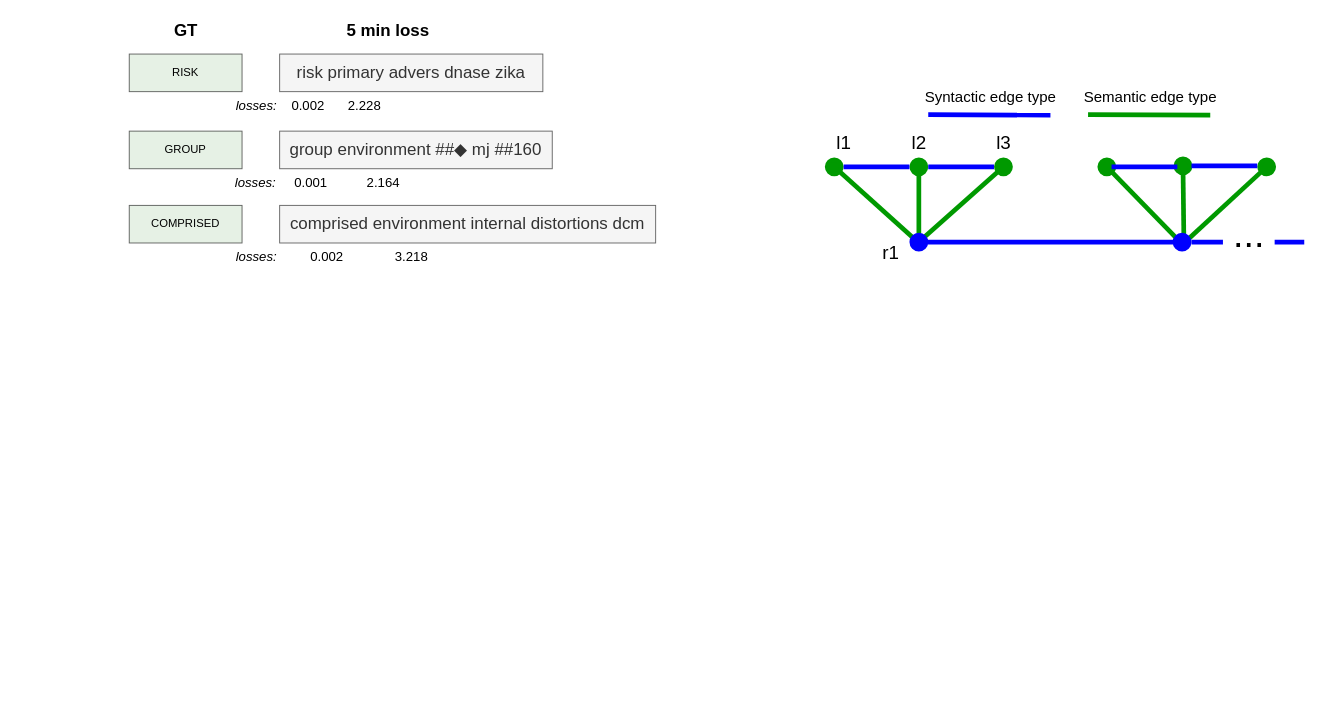
The draw.io diagram page "Page-2" (2 of 2) of presentations/Untitled Diagram.drawio in across-stars/draw.io, before the edit. Source tidied: cells renumbered, new cells numbered last; positions are measured from the earlier drawing's top-left corner, leaving out a move shared by most shapes. Both pictures are drawn from the tidied source at 94%, with x=0, y=0 at pixel (129, 16).
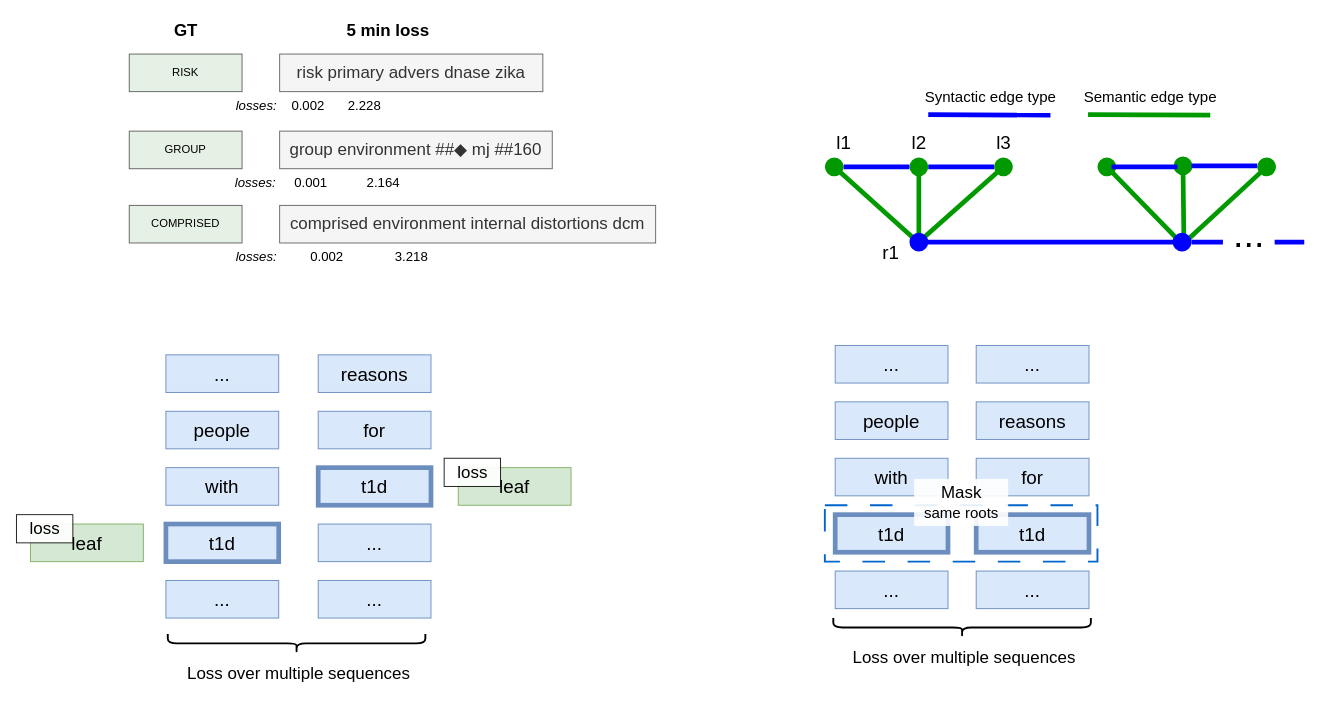
The same page after the edit.

What changed in the source:
```diff
@@
+    <mxCell id="40" value="&lt;font style=&quot;font-size: 20px;&quot;&gt;...&lt;/font&gt;" style="rounded=0;whiteSpace=wrap;html=1;fontFamily=Helvetica;fontSize=11;labelBackgroundColor=none;fillColor=#dae8fc;strokeColor=#6c8ebf;" parent="1" vertex="1">
+      <mxGeometry x="39" y="600" width="120" height="40" as="geometry" />
+    </mxCell>
+    <mxCell id="41" value="&lt;font style=&quot;font-size: 20px;&quot;&gt;people&lt;/font&gt;" style="rounded=0;whiteSpace=wrap;html=1;fontFamily=Helvetica;fontSize=11;labelBackgroundColor=none;fillColor=#dae8fc;strokeColor=#6c8ebf;" parent="1" vertex="1">
+      <mxGeometry x="39" y="420" width="120" height="40" as="geometry" />
+    </mxCell>
+    <mxCell id="42" value="&lt;font style=&quot;font-size: 20px;&quot;&gt;with&lt;/font&gt;" style="rounded=0;whiteSpace=wrap;html=1;fontFamily=Helvetica;fontSize=11;labelBackgroundColor=none;fillColor=#dae8fc;strokeColor=#6c8ebf;" parent="1" vertex="1">
+      <mxGeometry x="39" y="480" width="120" height="40" as="geometry" />
+    </mxCell>
+    <mxCell id="43" value="&lt;font style=&quot;font-size: 20px;&quot;&gt;t1d&lt;/font&gt;" style="rounded=0;whiteSpace=wrap;html=1;fontFamily=Helvetica;fontSize=11;labelBackgroundColor=none;fillColor=#dae8fc;strokeColor=#6c8ebf;strokeWidth=5;" parent="1" vertex="1">
+      <mxGeometry x="39" y="540" width="120" height="40" as="geometry" />
+    </mxCell>
+    <mxCell id="44" value="&lt;font style=&quot;font-size: 20px;&quot;&gt;...&lt;/font&gt;" style="rounded=0;whiteSpace=wrap;html=1;fontFamily=Helvetica;fontSize=11;labelBackgroundColor=none;fillColor=#dae8fc;strokeColor=#6c8ebf;" parent="1" vertex="1">
+      <mxGeometry x="39" y="360" width="120" height="40" as="geometry" />
+    </mxCell>
+    <mxCell id="45" value="&lt;font style=&quot;font-size: 20px;&quot;&gt;...&lt;/font&gt;" style="rounded=0;whiteSpace=wrap;html=1;fontFamily=Helvetica;fontSize=11;labelBackgroundColor=none;fillColor=#dae8fc;strokeColor=#6c8ebf;" parent="1" vertex="1">
+      <mxGeometry x="201" y="600" width="120" height="40" as="geometry" />
+    </mxCell>
+    <mxCell id="46" value="&lt;font style=&quot;font-size: 20px;&quot;&gt;reasons&lt;/font&gt;" style="rounded=0;whiteSpace=wrap;html=1;fontFamily=Helvetica;fontSize=11;labelBackgroundColor=none;fillColor=#dae8fc;strokeColor=#6c8ebf;" parent="1" vertex="1">
+      <mxGeometry x="201" y="360" width="120" height="40" as="geometry" />
+    </mxCell>
+    <mxCell id="47" value="&lt;font style=&quot;font-size: 20px;&quot;&gt;for&lt;/font&gt;" style="rounded=0;whiteSpace=wrap;html=1;fontFamily=Helvetica;fontSize=11;labelBackgroundColor=none;fillColor=#dae8fc;strokeColor=#6c8ebf;" parent="1" vertex="1">
+      <mxGeometry x="201" y="420" width="120" height="40" as="geometry" />
+    </mxCell>
+    <mxCell id="48" value="&lt;font style=&quot;font-size: 20px;&quot;&gt;t1d&lt;/font&gt;" style="rounded=0;whiteSpace=wrap;html=1;fontFamily=Helvetica;fontSize=11;labelBackgroundColor=none;fillColor=#dae8fc;strokeColor=#6c8ebf;strokeWidth=5;" parent="1" vertex="1">
+      <mxGeometry x="201" y="480" width="120" height="40" as="geometry" />
+    </mxCell>
+    <mxCell id="49" value="&lt;font style=&quot;font-size: 20px;&quot;&gt;...&lt;/font&gt;" style="rounded=0;whiteSpace=wrap;html=1;fontFamily=Helvetica;fontSize=11;labelBackgroundColor=none;fillColor=#dae8fc;strokeColor=#6c8ebf;" parent="1" vertex="1">
+      <mxGeometry x="201" y="540" width="120" height="40" as="geometry" />
+    </mxCell>
+    <mxCell id="50" style="shape=curlyBracket;whiteSpace=wrap;html=1;rounded=1;flipH=1;labelPosition=right;verticalLabelPosition=middle;align=left;verticalAlign=middle;rotation=90;strokeWidth=2;" parent="1" vertex="1">
+      <mxGeometry x="168" y="530" width="20" height="274" as="geometry" />
+    </mxCell>
+    <mxCell id="51" value="&lt;font style=&quot;font-size: 18px;&quot;&gt;Loss over multiple sequences&lt;/font&gt;" style="text;html=1;align=center;verticalAlign=middle;strokeColor=none;fillColor=none;" parent="1" vertex="1">
+      <mxGeometry x="50" y="684" width="260" height="30" as="geometry" />
+    </mxCell>
+    <mxCell id="52" value="&lt;font style=&quot;font-size: 20px;&quot;&gt;...&lt;/font&gt;" style="rounded=0;whiteSpace=wrap;html=1;fontFamily=Helvetica;fontSize=11;labelBackgroundColor=none;fillColor=#dae8fc;strokeColor=#6c8ebf;" parent="1" vertex="1">
+      <mxGeometry x="751" y="590" width="120" height="40" as="geometry" />
+    </mxCell>
+    <mxCell id="53" value="&lt;font style=&quot;font-size: 20px;&quot;&gt;people&lt;/font&gt;" style="rounded=0;whiteSpace=wrap;html=1;fontFamily=Helvetica;fontSize=11;labelBackgroundColor=none;fillColor=#dae8fc;strokeColor=#6c8ebf;" parent="1" vertex="1">
+      <mxGeometry x="751" y="410" width="120" height="40" as="geometry" />
+    </mxCell>
+    <mxCell id="54" value="&lt;font style=&quot;font-size: 20px;&quot;&gt;with&lt;/font&gt;" style="rounded=0;whiteSpace=wrap;html=1;fontFamily=Helvetica;fontSize=11;labelBackgroundColor=none;fillColor=#dae8fc;strokeColor=#6c8ebf;" parent="1" vertex="1">
+      <mxGeometry x="751" y="470" width="120" height="40" as="geometry" />
+    </mxCell>
+    <mxCell id="55" value="&lt;font style=&quot;font-size: 20px;&quot;&gt;t1d&lt;/font&gt;" style="rounded=0;whiteSpace=wrap;html=1;fontFamily=Helvetica;fontSize=11;labelBackgroundColor=none;fillColor=#dae8fc;strokeColor=#6c8ebf;strokeWidth=5;" parent="1" vertex="1">
+      <mxGeometry x="751" y="530" width="120" height="40" as="geometry" />
+    </mxCell>
+    <mxCell id="56" value="&lt;font style=&quot;font-size: 20px;&quot;&gt;...&lt;/font&gt;" style="rounded=0;whiteSpace=wrap;html=1;fontFamily=Helvetica;fontSize=11;labelBackgroundColor=none;fillColor=#dae8fc;strokeColor=#6c8ebf;" parent="1" vertex="1">
+      <mxGeometry x="751" y="350" width="120" height="40" as="geometry" />
+    </mxCell>
+    <mxCell id="57" value="&lt;font style=&quot;font-size: 20px;&quot;&gt;...&lt;/font&gt;" style="rounded=0;whiteSpace=wrap;html=1;fontFamily=Helvetica;fontSize=11;labelBackgroundColor=none;fillColor=#dae8fc;strokeColor=#6c8ebf;" parent="1" vertex="1">
+      <mxGeometry x="901" y="590" width="120" height="40" as="geometry" />
+    </mxCell>
+    <mxCell id="58" value="&lt;font style=&quot;font-size: 20px;&quot;&gt;reasons&lt;/font&gt;" style="rounded=0;whiteSpace=wrap;html=1;fontFamily=Helvetica;fontSize=11;labelBackgroundColor=none;fillColor=#dae8fc;strokeColor=#6c8ebf;" parent="1" vertex="1">
+      <mxGeometry x="901" y="410" width="120" height="40" as="geometry" />
+    </mxCell>
+    <mxCell id="59" value="&lt;font style=&quot;font-size: 20px;&quot;&gt;for&lt;/font&gt;" style="rounded=0;whiteSpace=wrap;html=1;fontFamily=Helvetica;fontSize=11;labelBackgroundColor=none;fillColor=#dae8fc;strokeColor=#6c8ebf;" parent="1" vertex="1">
+      <mxGeometry x="901" y="470" width="120" height="40" as="geometry" />
+    </mxCell>
+    <mxCell id="60" value="&lt;font style=&quot;font-size: 20px;&quot;&gt;t1d&lt;/font&gt;" style="rounded=0;whiteSpace=wrap;html=1;fontFamily=Helvetica;fontSize=11;labelBackgroundColor=none;fillColor=#dae8fc;strokeColor=#6c8ebf;strokeWidth=5;" parent="1" vertex="1">
+      <mxGeometry x="901" y="530" width="120" height="40" as="geometry" />
+    </mxCell>
+    <mxCell id="61" value="&lt;font style=&quot;font-size: 20px;&quot;&gt;...&lt;/font&gt;" style="rounded=0;whiteSpace=wrap;html=1;fontFamily=Helvetica;fontSize=11;labelBackgroundColor=none;fillColor=#dae8fc;strokeColor=#6c8ebf;" parent="1" vertex="1">
+      <mxGeometry x="901" y="350" width="120" height="40" as="geometry" />
+    </mxCell>
+    <mxCell id="62" style="rounded=0;whiteSpace=wrap;html=1;fillColor=none;strokeWidth=2;dashed=1;dashPattern=12 12;strokeColor=#0066CC;" parent="1" vertex="1">
+      <mxGeometry x="740" y="520" width="290" height="60" as="geometry" />
+    </mxCell>
+    <mxCell id="63" style="shape=curlyBracket;whiteSpace=wrap;html=1;rounded=1;flipH=1;labelPosition=right;verticalLabelPosition=middle;align=left;verticalAlign=middle;rotation=90;strokeWidth=2;" parent="1" vertex="1">
+      <mxGeometry x="876" y="513" width="20" height="274" as="geometry" />
+    </mxCell>
+    <mxCell id="64" value="&lt;font style=&quot;font-size: 18px;&quot;&gt;Loss over multiple sequences&lt;/font&gt;" style="text;html=1;align=center;verticalAlign=middle;strokeColor=none;fillColor=none;" parent="1" vertex="1">
+      <mxGeometry x="758" y="667" width="260" height="30" as="geometry" />
+    </mxCell>
+    <mxCell id="65" value="&lt;font style=&quot;font-size: 18px;&quot;&gt;Mask&lt;/font&gt;&lt;div&gt;&lt;font size=&quot;3&quot;&gt;&lt;font&gt;same&amp;nbsp;&lt;/font&gt;roots&lt;/font&gt;&lt;/div&gt;" style="text;html=1;align=center;verticalAlign=middle;strokeColor=none;fillColor=default;opacity=90;" parent="1" vertex="1">
+      <mxGeometry x="835" y="492" width="100" height="50" as="geometry" />
+    </mxCell>
+    <mxCell id="66" value="&lt;font style=&quot;font-size: 20px;&quot;&gt;leaf&lt;/font&gt;" style="rounded=0;whiteSpace=wrap;html=1;fontFamily=Helvetica;fontSize=11;labelBackgroundColor=none;fillColor=#d5e8d4;strokeColor=#82b366;" parent="1" vertex="1">
+      <mxGeometry x="350" y="480" width="120" height="40" as="geometry" />
+    </mxCell>
+    <mxCell id="67" value="&lt;font style=&quot;font-size: 18px;&quot;&gt;loss&lt;/font&gt;" style="text;html=1;align=center;verticalAlign=middle;strokeColor=default;fillColor=default;opacity=90;" parent="1" vertex="1">
+      <mxGeometry x="335" y="470" width="60" height="30" as="geometry" />
+    </mxCell>
+    <mxCell id="68" value="&lt;font style=&quot;font-size: 20px;&quot;&gt;leaf&lt;/font&gt;" style="rounded=0;whiteSpace=wrap;html=1;fontFamily=Helvetica;fontSize=11;labelBackgroundColor=none;fillColor=#d5e8d4;strokeColor=#82b366;" parent="1" vertex="1">
+      <mxGeometry x="-105" y="540" width="120" height="40" as="geometry" />
+    </mxCell>
+    <mxCell id="69" value="&lt;font style=&quot;font-size: 18px;&quot;&gt;loss&lt;/font&gt;" style="text;html=1;align=center;verticalAlign=middle;strokeColor=default;fillColor=default;opacity=90;" parent="1" vertex="1">
+      <mxGeometry x="-120" y="530" width="60" height="30" as="geometry" />
+    </mxCell>
```
